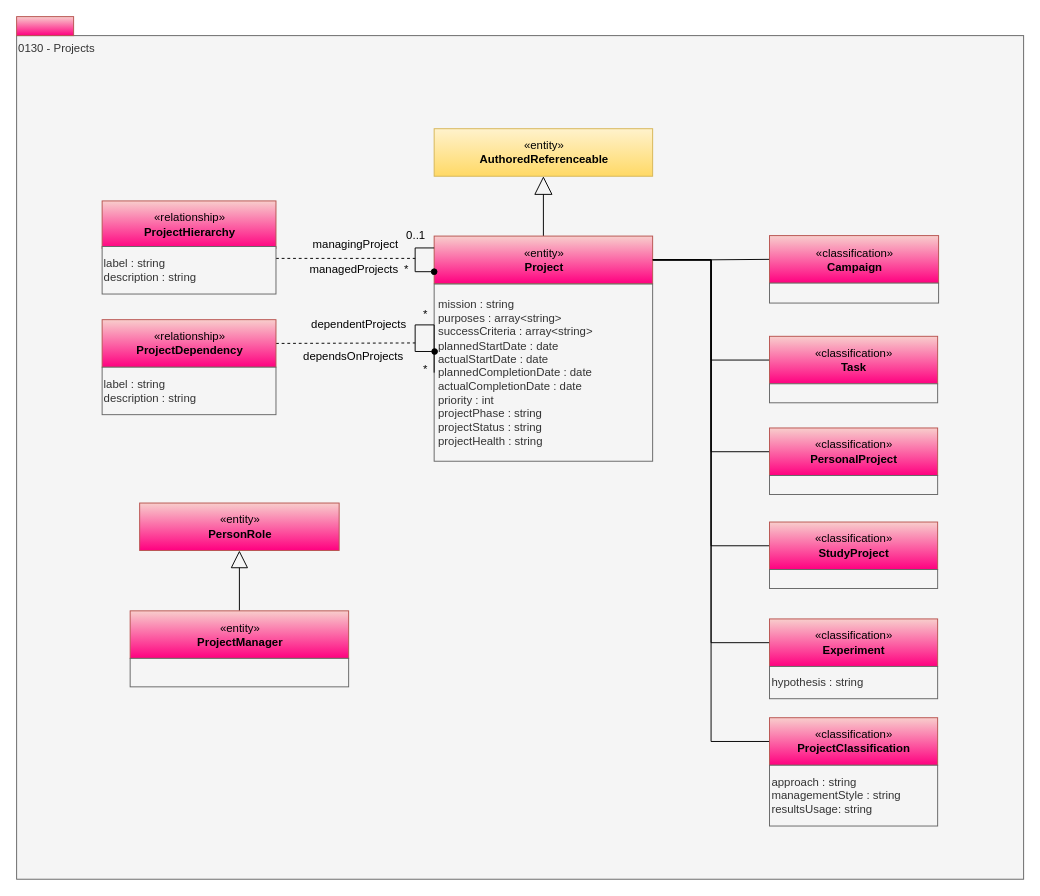
The draw.io diagram page "0130-Projects" (10 of 15) of site/docs/types/1/area-1-collaboration.drawio in odpi/egeria-docs, before the edit. Source tidied: cells renumbered, new cells numbered last; positions are measured from the earlier drawing's top-left corner, leaving out a move shared by most shapes. Both pictures are drawn from the tidied source at 95%, with x=0, y=0 at pixel (16, 16).
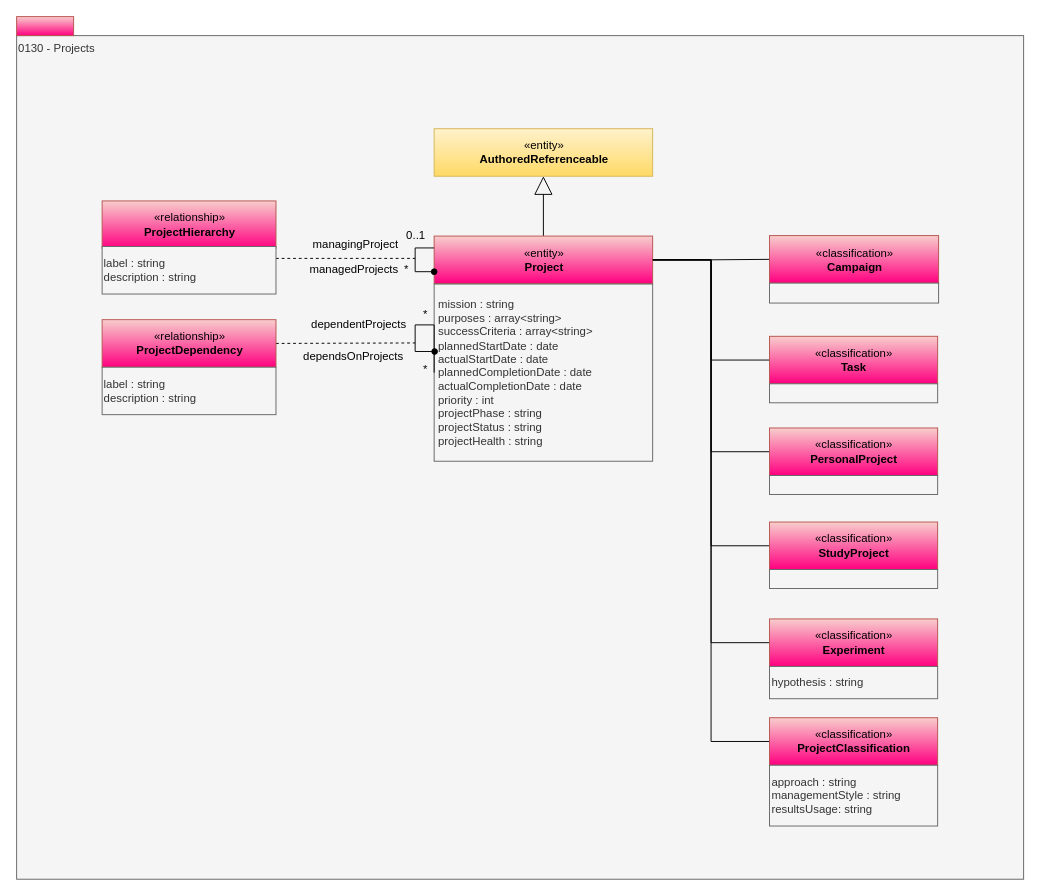
The same diagram, later.

What changed in the source:
```diff
@@
-    <mxCell id="35" style="edgeStyle=orthogonalEdgeStyle;rounded=0;jettySize=auto;html=1;exitX=0.5;exitY=0;exitDx=0;exitDy=0;endArrow=block;endFill=0;endSize=16;" parent="1" edge="1" source="36" target="38">
-      <mxGeometry relative="1" as="geometry" />
-    </mxCell>
-    <mxCell id="36" value="«entity»&lt;br&gt;&lt;b&gt;ProjectManager&lt;/b&gt;" style="html=1;strokeColor=#b85450;align=center;fillColor=#f8cecc;gradientColor=#FF0080;" parent="1" vertex="1">
-      <mxGeometry x="119.5" y="625.5" width="230" height="50" as="geometry" />
-    </mxCell>
-    <mxCell id="37" style="rounded=0;whiteSpace=wrap;html=1;align=left;fillColor=#f5f5f5;fontColor=#333333;strokeColor=#666666;" parent="1" vertex="1">
-      <mxGeometry x="119.5" y="675.5" width="230" height="30" as="geometry" />
-    </mxCell>
-    <mxCell id="38" value="«entity»&lt;br&gt;&lt;b&gt;PersonRole&lt;/b&gt;" style="html=1;strokeColor=#b85450;align=center;fillColor=#f8cecc;gradientColor=#FF0080;" parent="1" vertex="1">
-      <mxGeometry x="129.5" y="512" width="210" height="50" as="geometry" />
-    </mxCell>
```
